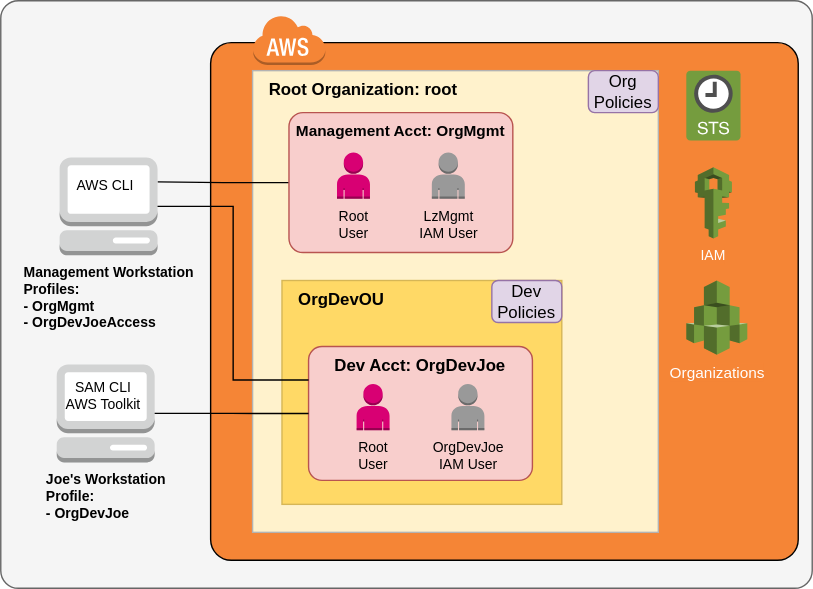
Before: docs/assets/img/AwsSetupUsers1.svg, a diagram exported from draw.io (InSciCo/InSciCo). Source tidied: cells renumbered, new cells last; positions are measured from the earlier drawing's top-left corner, leaving out a move shared by most shapes.
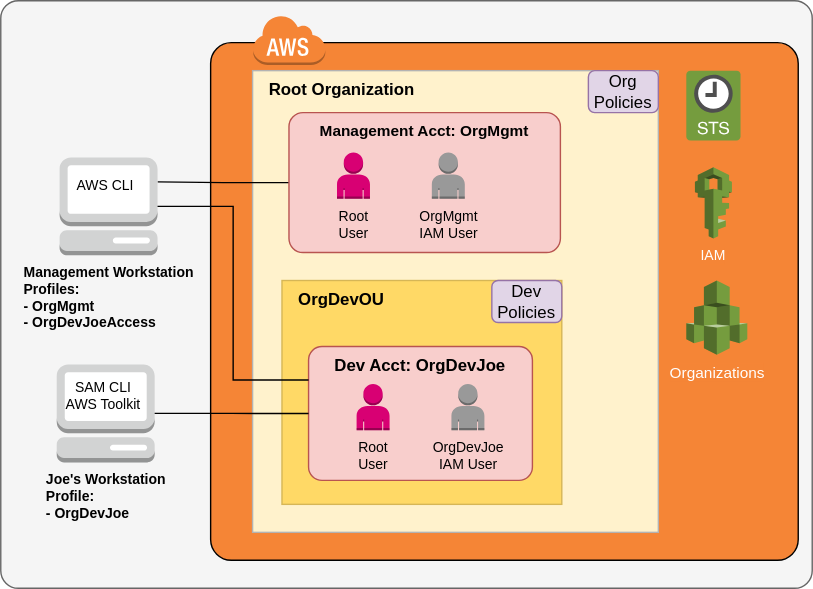
Later version of the same file.

What changed in the source:
```diff
@@ -8,7 +8,7 @@
     <mxCell id="3" style="rounded=1;arcSize=4;dashed=0;strokeWidth=1;fontSize=10;fillColor=#F58536;" parent="1" vertex="1">
       <mxGeometry x="150" y="30" width="420" height="370" as="geometry" />
     </mxCell>
-    <mxCell id="4" value="Root Organization: root" style="rounded=0;whiteSpace=wrap;html=1;fillColor=#fff2cc;verticalAlign=top;align=left;spacingLeft=10;fontStyle=1;strokeColor=#B3B3B3;" parent="1" vertex="1">
+    <mxCell id="4" value="Root Organization" style="rounded=0;whiteSpace=wrap;html=1;fillColor=#fff2cc;verticalAlign=top;align=left;spacingLeft=10;fontStyle=1;strokeColor=#B3B3B3;" parent="1" vertex="1">
       <mxGeometry x="180" y="50" width="290" height="330" as="geometry" />
     </mxCell>
     <mxCell id="5" value="Org Policies" style="rounded=1;whiteSpace=wrap;html=1;fillColor=#e1d5e7;strokeColor=#9673a6;" parent="1" vertex="1">
@@ -24,7 +24,7 @@
       <mxGeometry relative="1" as="geometry" />
     </mxCell>
     <mxCell id="9" value="Management Acct: OrgMgmt" style="rounded=1;arcSize=10;dashed=0;fillColor=#f8cecc;strokeWidth=1;fontSize=11;strokeColor=#b85450;verticalAlign=top;fontStyle=1;" parent="1" vertex="1">
-      <mxGeometry x="206" y="80" width="160" height="100" as="geometry" />
+      <mxGeometry x="206" y="80" width="194" height="100" as="geometry" />
     </mxCell>
     <mxCell id="10" style="dashed=0;html=1;shape=mxgraph.aws3.cloud;fillColor=#F58536;gradientColor=none;dashed=0;strokeWidth=1;fontSize=10;fontColor=#000000;" parent="1" vertex="1">
       <mxGeometry x="180" y="10" width="52" height="36" as="geometry" />
@@ -62,7 +62,7 @@
     <mxCell id="21" value="Root&lt;br&gt;User" style="dashed=0;verticalLabelPosition=bottom;verticalAlign=top;align=center;html=1;shape=mxgraph.aws3.user;labelBackgroundColor=none;strokeWidth=1;fontSize=10;fillColor=#d80073;strokeColor=#A50040;" parent="1" vertex="1">
       <mxGeometry x="240.3" y="108.5" width="23.6" height="33" as="geometry" />
     </mxCell>
-    <mxCell id="22" value="LzMgmt&lt;br&gt;IAM User" style="dashed=0;verticalLabelPosition=bottom;verticalAlign=top;align=center;html=1;shape=mxgraph.aws3.user;gradientColor=none;labelBackgroundColor=none;strokeWidth=1;fontSize=10;fontColor=#000000;fillColor=#999999;" parent="1" vertex="1">
+    <mxCell id="22" value="OrgMgmt&lt;br&gt;IAM User" style="dashed=0;verticalLabelPosition=bottom;verticalAlign=top;align=center;html=1;shape=mxgraph.aws3.user;gradientColor=none;labelBackgroundColor=none;strokeWidth=1;fontSize=10;fontColor=#000000;fillColor=#999999;" parent="1" vertex="1">
       <mxGeometry x="308.1" y="108.5" width="23.6" height="33" as="geometry" />
     </mxCell>
     <mxCell id="23" style="edgeStyle=orthogonalEdgeStyle;rounded=0;jettySize=auto;html=1;endArrow=none;endFill=0;" parent="1" edge="1" source="6" target="15">
```
